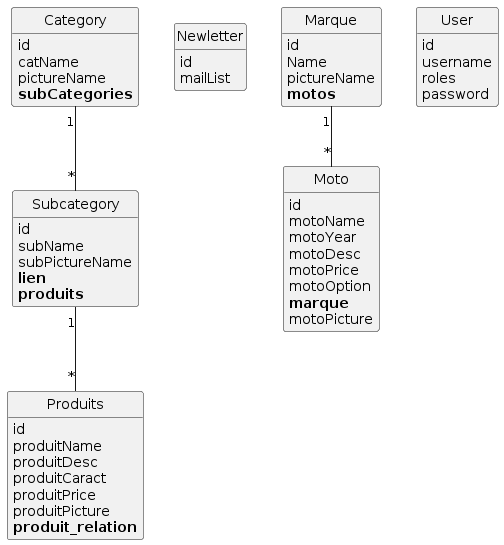
Before: puml/index.png, a diagram exported from PlantUML (Debl0xMain/webappDid).
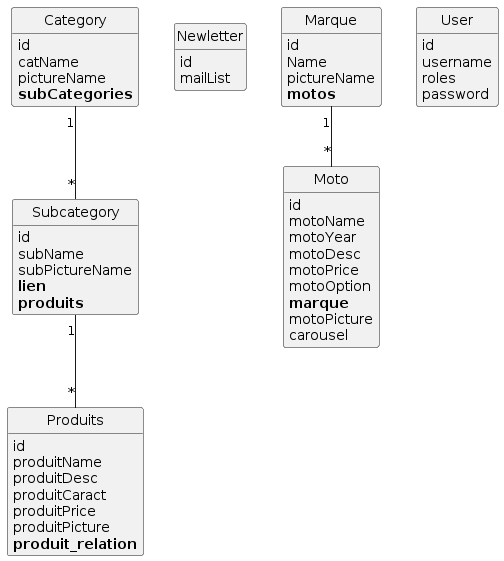
Above is the later version.

Diff of the diagram source:
```diff
@@ -38,6 +38,7 @@
 	motoOption
 	**marque**
 	motoPicture
+	carousel
 }
 
 class User {
```
